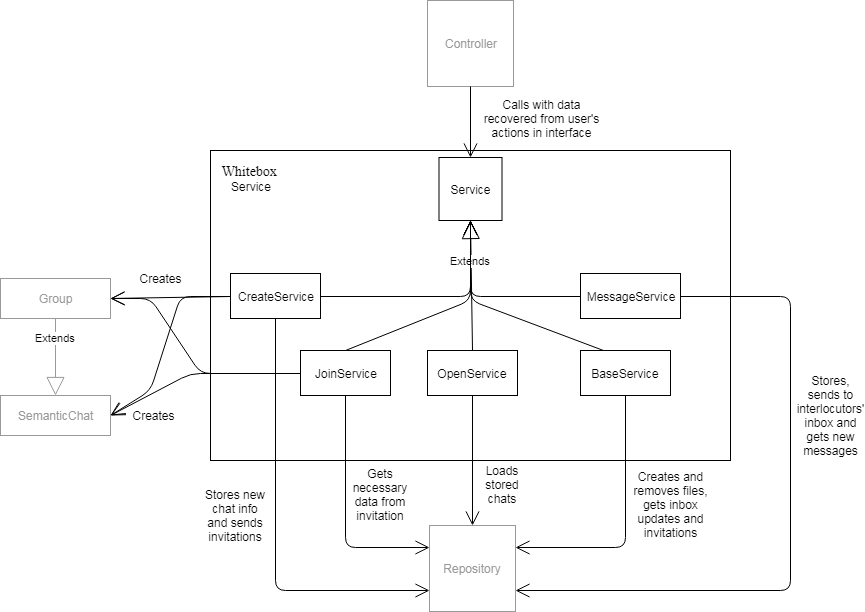
This is docs/images/BBLevel2Service.png from jorgealvarezfidalgo/dechat_es6a2, a draw.io export, as it was before one commit. Source tidied: cells renumbered, new cells last; positions are measured from the earlier drawing's top-left corner, leaving out a move shared by most shapes. The source it was exported from:
```xml
<mxGraphModel>
  <root>
    <mxCell id="0" />
    <mxCell id="1" parent="0" />
    <mxCell id="2" style="rounded=0;whiteSpace=wrap;html=1;" parent="1" vertex="1">
      <mxGeometry x="210" y="150" width="520" height="310" as="geometry" />
    </mxCell>
    <mxCell id="3" value="&lt;font color=&quot;#999999&quot;&gt;Controller&lt;/font&gt;" style="whiteSpace=wrap;html=1;strokeColor=#999999;" parent="1" vertex="1">
      <mxGeometry x="427" width="86" height="86" as="geometry" />
    </mxCell>
    <mxCell id="4" value="&lt;font style=&quot;font-size: 14px&quot; face=&quot;Times New Roman&quot;&gt;Whitebox&amp;nbsp;&lt;br&gt;&lt;/font&gt;Service&lt;br&gt;" style="text;html=1;strokeColor=none;fillColor=none;align=center;verticalAlign=middle;whiteSpace=wrap;rounded=0;" parent="1" vertex="1">
      <mxGeometry x="230" y="165" width="40" height="25" as="geometry" />
    </mxCell>
    <mxCell id="5" value="Service" style="whiteSpace=wrap;html=1;" parent="1" vertex="1">
      <mxGeometry x="438.5" y="157" width="63" height="63" as="geometry" />
    </mxCell>
    <mxCell id="6" value="&lt;font color=&quot;#999999&quot;&gt;SemanticChat&lt;/font&gt;" style="html=1;strokeColor=#999999;" parent="1" vertex="1">
      <mxGeometry y="395" width="110" height="40" as="geometry" />
    </mxCell>
    <mxCell id="7" value="&lt;font color=&quot;#999999&quot;&gt;Group&lt;/font&gt;" style="html=1;strokeColor=#999999;" parent="1" vertex="1">
      <mxGeometry y="278" width="110" height="40" as="geometry" />
    </mxCell>
    <mxCell id="8" style="endArrow=open;endFill=1;endSize=12;html=1;entryX=1;entryY=0.5;entryDx=0;entryDy=0;exitX=0;exitY=0.5;exitDx=0;exitDy=0;" parent="1" edge="1" source="18" target="7">
      <mxGeometry relative="1" as="geometry" />
    </mxCell>
    <mxCell id="9" style="endArrow=open;endFill=1;endSize=12;html=1;entryX=1;entryY=0.5;entryDx=0;entryDy=0;exitX=0;exitY=0.5;exitDx=0;exitDy=0;" parent="1" edge="1" source="19" target="6">
      <mxGeometry relative="1" as="geometry">
        <Array as="points">
          <mxPoint x="190" y="373" />
        </Array>
      </mxGeometry>
    </mxCell>
    <mxCell id="10" value="Extends" style="endArrow=block;endSize=16;endFill=0;html=1;entryX=0.5;entryY=0;entryDx=0;entryDy=0;exitX=0.5;exitY=1;exitDx=0;exitDy=0;strokeColor=#999999;" parent="1" edge="1" source="7" target="6">
      <mxGeometry x="-0.51" relative="1" as="geometry" />
    </mxCell>
    <mxCell id="11" style="endArrow=open;endFill=1;endSize=12;html=1;entryX=0.5;entryY=0;entryDx=0;entryDy=0;exitX=0.5;exitY=1;exitDx=0;exitDy=0;" parent="1" edge="1" source="3" target="5">
      <mxGeometry relative="1" as="geometry" />
    </mxCell>
    <mxCell id="12" style="endArrow=open;endFill=1;endSize=12;html=1;exitX=0.5;exitY=1;exitDx=0;exitDy=0;entryX=0.5;entryY=0;entryDx=0;entryDy=0;" parent="1" edge="1" source="23" target="17">
      <mxGeometry relative="1" as="geometry" />
    </mxCell>
    <mxCell id="13" value="Calls with data recovered from user's actions in interface" style="text;html=1;strokeColor=none;fillColor=none;align=center;verticalAlign=middle;whiteSpace=wrap;rounded=0;fontColor=#000000;" parent="1" vertex="1">
      <mxGeometry x="480" y="108" width="123" height="20" as="geometry" />
    </mxCell>
    <mxCell id="14" value="Creates" style="text;html=1;strokeColor=none;fillColor=none;align=center;verticalAlign=middle;whiteSpace=wrap;rounded=0;fontColor=#000000;" parent="1" vertex="1">
      <mxGeometry x="140" y="268" width="40" height="20" as="geometry" />
    </mxCell>
    <mxCell id="15" value="Loads stored chats" style="text;html=1;strokeColor=none;fillColor=none;align=center;verticalAlign=middle;whiteSpace=wrap;rounded=0;fontColor=#000000;" parent="1" vertex="1">
      <mxGeometry x="471.5" y="474" width="60" height="20" as="geometry" />
    </mxCell>
    <mxCell id="16" value="Creates and removes files, gets inbox updates and invitations" style="text;html=1;strokeColor=none;fillColor=none;align=center;verticalAlign=middle;whiteSpace=wrap;rounded=0;fontColor=#000000;" parent="1" vertex="1">
      <mxGeometry x="630.5" y="494" width="79" height="20" as="geometry" />
    </mxCell>
    <mxCell id="17" value="&lt;font color=&quot;#999999&quot;&gt;Repository&lt;/font&gt;" style="whiteSpace=wrap;html=1;strokeColor=#999999;" parent="1" vertex="1">
      <mxGeometry x="429" y="525" width="86" height="86" as="geometry" />
    </mxCell>
    <mxCell id="18" value="CreateService" style="rounded=0;whiteSpace=wrap;html=1;" parent="1" vertex="1">
      <mxGeometry x="230" y="273" width="90" height="45" as="geometry" />
    </mxCell>
    <mxCell id="19" value="JoinService" style="rounded=0;whiteSpace=wrap;html=1;" parent="1" vertex="1">
      <mxGeometry x="300" y="350" width="90" height="45" as="geometry" />
    </mxCell>
    <mxCell id="20" style="endArrow=open;endFill=1;endSize=12;html=1;exitX=0;exitY=0.5;exitDx=0;exitDy=0;entryX=1;entryY=0.5;entryDx=0;entryDy=0;" parent="1" edge="1" source="18" target="6">
      <mxGeometry relative="1" as="geometry">
        <Array as="points">
          <mxPoint x="180" y="296" />
          <mxPoint x="150" y="390" />
        </Array>
      </mxGeometry>
    </mxCell>
    <mxCell id="21" style="endArrow=open;endFill=1;endSize=12;html=1;exitX=0;exitY=0.5;exitDx=0;exitDy=0;entryX=1;entryY=0.5;entryDx=0;entryDy=0;" parent="1" edge="1" source="19" target="7">
      <mxGeometry relative="1" as="geometry">
        <Array as="points">
          <mxPoint x="200" y="373" />
          <mxPoint x="150" y="298" />
        </Array>
      </mxGeometry>
    </mxCell>
    <mxCell id="22" value="Creates" style="text;html=1;strokeColor=none;fillColor=none;align=center;verticalAlign=middle;whiteSpace=wrap;rounded=0;fontColor=#000000;" parent="1" vertex="1">
      <mxGeometry x="133" y="405" width="40" height="20" as="geometry" />
    </mxCell>
    <mxCell id="23" value="OpenService" style="rounded=0;whiteSpace=wrap;html=1;" parent="1" vertex="1">
      <mxGeometry x="427" y="350" width="90" height="45" as="geometry" />
    </mxCell>
    <mxCell id="24" value="MessageService" style="rounded=0;whiteSpace=wrap;html=1;" parent="1" vertex="1">
      <mxGeometry x="580" y="273" width="100" height="45" as="geometry" />
    </mxCell>
    <mxCell id="25" value="BaseService" style="rounded=0;whiteSpace=wrap;html=1;" parent="1" vertex="1">
      <mxGeometry x="580" y="350" width="90" height="45" as="geometry" />
    </mxCell>
    <mxCell id="26" value="Extends" style="endArrow=block;endSize=16;endFill=0;html=1;entryX=0.5;entryY=1;entryDx=0;entryDy=0;exitX=0.5;exitY=0;exitDx=0;exitDy=0;" parent="1" edge="1" source="23" target="5">
      <mxGeometry x="0.38" y="1" relative="1" as="geometry" />
    </mxCell>
    <mxCell id="27" style="endArrow=open;endFill=1;endSize=12;html=1;entryX=0.5;entryY=1;entryDx=0;entryDy=0;exitX=1;exitY=0.5;exitDx=0;exitDy=0;" parent="1" edge="1" source="18" target="5">
      <mxGeometry relative="1" as="geometry">
        <Array as="points">
          <mxPoint x="470" y="296" />
        </Array>
      </mxGeometry>
    </mxCell>
    <mxCell id="28" style="endArrow=open;endFill=1;endSize=12;html=1;entryX=0.5;entryY=1;entryDx=0;entryDy=0;exitX=0.5;exitY=0;exitDx=0;exitDy=0;" parent="1" edge="1" source="19" target="5">
      <mxGeometry relative="1" as="geometry">
        <Array as="points">
          <mxPoint x="470" y="300" />
        </Array>
      </mxGeometry>
    </mxCell>
    <mxCell id="29" style="endArrow=open;endFill=1;endSize=12;html=1;entryX=0.5;entryY=1;entryDx=0;entryDy=0;exitX=0.25;exitY=0;exitDx=0;exitDy=0;" parent="1" edge="1" source="25" target="5">
      <mxGeometry relative="1" as="geometry">
        <Array as="points">
          <mxPoint x="470" y="300" />
        </Array>
      </mxGeometry>
    </mxCell>
    <mxCell id="30" style="endArrow=open;endFill=1;endSize=12;html=1;entryX=0.5;entryY=1;entryDx=0;entryDy=0;exitX=0;exitY=0.5;exitDx=0;exitDy=0;" parent="1" edge="1" source="24" target="5">
      <mxGeometry relative="1" as="geometry">
        <Array as="points">
          <mxPoint x="470" y="296" />
        </Array>
      </mxGeometry>
    </mxCell>
    <mxCell id="31" style="endArrow=open;endFill=1;endSize=12;html=1;exitX=0.5;exitY=1;exitDx=0;exitDy=0;entryX=1;entryY=0.25;entryDx=0;entryDy=0;" parent="1" edge="1" source="25" target="17">
      <mxGeometry relative="1" as="geometry">
        <Array as="points">
          <mxPoint x="625" y="547" />
        </Array>
      </mxGeometry>
    </mxCell>
    <mxCell id="32" style="endArrow=open;endFill=1;endSize=12;html=1;exitX=1;exitY=0.5;exitDx=0;exitDy=0;entryX=1;entryY=0.75;entryDx=0;entryDy=0;" parent="1" edge="1" source="24" target="17">
      <mxGeometry relative="1" as="geometry">
        <Array as="points">
          <mxPoint x="790" y="296" />
          <mxPoint x="790" y="590" />
        </Array>
      </mxGeometry>
    </mxCell>
    <mxCell id="33" value="Stores, sends to interlocutors' inbox and gets new messages" style="text;html=1;strokeColor=none;fillColor=none;align=center;verticalAlign=middle;whiteSpace=wrap;rounded=0;fontColor=#000000;" parent="1" vertex="1">
      <mxGeometry x="800" y="405" width="60" height="20" as="geometry" />
    </mxCell>
    <mxCell id="34" style="endArrow=open;endFill=1;endSize=12;html=1;exitX=0.5;exitY=1;exitDx=0;exitDy=0;entryX=0;entryY=0.25;entryDx=0;entryDy=0;" parent="1" edge="1" source="19" target="17">
      <mxGeometry relative="1" as="geometry">
        <Array as="points">
          <mxPoint x="345" y="547" />
        </Array>
      </mxGeometry>
    </mxCell>
    <mxCell id="35" value="Gets necessary data from invitation" style="text;html=1;strokeColor=none;fillColor=none;align=center;verticalAlign=middle;whiteSpace=wrap;rounded=0;fontColor=#000000;" parent="1" vertex="1">
      <mxGeometry x="350" y="484" width="60" height="20" as="geometry" />
    </mxCell>
    <mxCell id="36" style="endArrow=open;endFill=1;endSize=12;html=1;exitX=0.5;exitY=1;exitDx=0;exitDy=0;entryX=0;entryY=0.75;entryDx=0;entryDy=0;" parent="1" edge="1" source="18" target="17">
      <mxGeometry relative="1" as="geometry">
        <Array as="points">
          <mxPoint x="275" y="590" />
        </Array>
      </mxGeometry>
    </mxCell>
    <mxCell id="37" value="Stores new chat info and sends invitations" style="text;html=1;strokeColor=none;fillColor=none;align=center;verticalAlign=middle;whiteSpace=wrap;rounded=0;fontColor=#000000;" parent="1" vertex="1">
      <mxGeometry x="200" y="505" width="70" height="20" as="geometry" />
    </mxCell>
  </root>
</mxGraphModel>
```
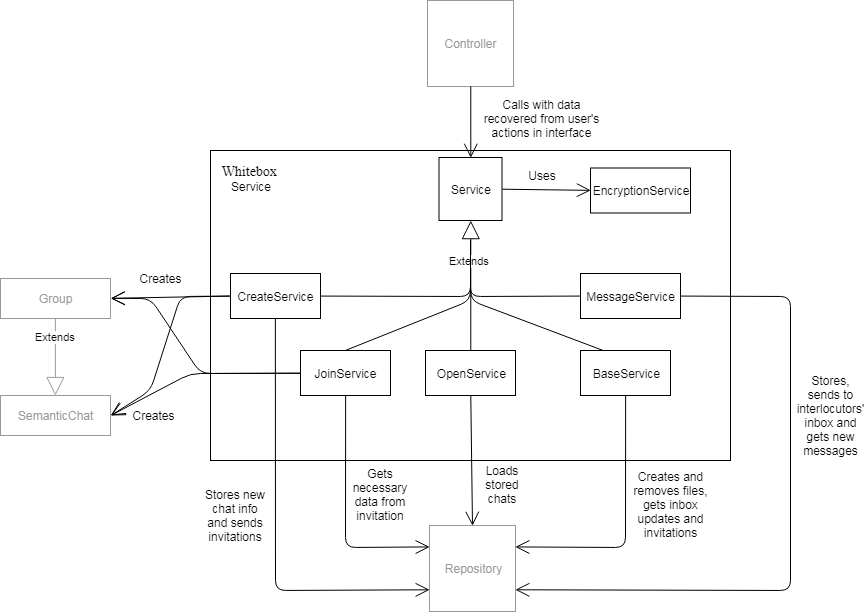
The same diagram one commit later.

What changed in the source:
```diff
@@ -80,7 +80,7 @@
       <mxGeometry x="133" y="405" width="40" height="20" as="geometry" />
     </mxCell>
     <mxCell id="23" value="OpenService" style="rounded=0;whiteSpace=wrap;html=1;" parent="1" vertex="1">
-      <mxGeometry x="427" y="350" width="90" height="45" as="geometry" />
+      <mxGeometry x="425" y="350" width="90" height="45" as="geometry" />
     </mxCell>
     <mxCell id="24" value="MessageService" style="rounded=0;whiteSpace=wrap;html=1;" parent="1" vertex="1">
       <mxGeometry x="580" y="273" width="100" height="45" as="geometry" />
@@ -91,29 +91,33 @@
     <mxCell id="26" value="Extends" style="endArrow=block;endSize=16;endFill=0;html=1;entryX=0.5;entryY=1;entryDx=0;entryDy=0;exitX=0.5;exitY=0;exitDx=0;exitDy=0;" parent="1" edge="1" source="23" target="5">
       <mxGeometry x="0.38" y="1" relative="1" as="geometry" />
     </mxCell>
-    <mxCell id="27" style="endArrow=open;endFill=1;endSize=12;html=1;entryX=0.5;entryY=1;entryDx=0;entryDy=0;exitX=1;exitY=0.5;exitDx=0;exitDy=0;" parent="1" edge="1" source="18" target="5">
+    <mxCell id="27" style="endArrow=none;endFill=0;endSize=12;html=1;exitX=1;exitY=0.5;exitDx=0;exitDy=0;" parent="1" edge="1" source="18">
       <mxGeometry relative="1" as="geometry">
+        <mxPoint x="470" y="240" as="targetPoint" />
         <Array as="points">
           <mxPoint x="470" y="296" />
         </Array>
       </mxGeometry>
     </mxCell>
-    <mxCell id="28" style="endArrow=open;endFill=1;endSize=12;html=1;entryX=0.5;entryY=1;entryDx=0;entryDy=0;exitX=0.5;exitY=0;exitDx=0;exitDy=0;" parent="1" edge="1" source="19" target="5">
+    <mxCell id="28" style="endArrow=none;endFill=0;endSize=12;html=1;exitX=0.5;exitY=0;exitDx=0;exitDy=0;" parent="1" edge="1" source="19">
       <mxGeometry relative="1" as="geometry">
+        <mxPoint x="470" y="240" as="targetPoint" />
         <Array as="points">
           <mxPoint x="470" y="300" />
         </Array>
       </mxGeometry>
     </mxCell>
-    <mxCell id="29" style="endArrow=open;endFill=1;endSize=12;html=1;entryX=0.5;entryY=1;entryDx=0;entryDy=0;exitX=0.25;exitY=0;exitDx=0;exitDy=0;" parent="1" edge="1" source="25" target="5">
+    <mxCell id="29" style="endArrow=none;endFill=0;endSize=12;html=1;exitX=0.25;exitY=0;exitDx=0;exitDy=0;" parent="1" edge="1" source="25">
       <mxGeometry relative="1" as="geometry">
+        <mxPoint x="470" y="240" as="targetPoint" />
         <Array as="points">
           <mxPoint x="470" y="300" />
         </Array>
       </mxGeometry>
     </mxCell>
-    <mxCell id="30" style="endArrow=open;endFill=1;endSize=12;html=1;entryX=0.5;entryY=1;entryDx=0;entryDy=0;exitX=0;exitY=0.5;exitDx=0;exitDy=0;" parent="1" edge="1" source="24" target="5">
+    <mxCell id="30" style="endArrow=none;endFill=0;endSize=12;html=1;exitX=0;exitY=0.5;exitDx=0;exitDy=0;strokeColor=#000000;" parent="1" edge="1" source="24">
       <mxGeometry relative="1" as="geometry">
+        <mxPoint x="470" y="280" as="targetPoint" />
         <Array as="points">
           <mxPoint x="470" y="296" />
         </Array>
@@ -157,5 +161,14 @@
     <mxCell id="37" value="Stores new chat info and sends invitations" style="text;html=1;strokeColor=none;fillColor=none;align=center;verticalAlign=middle;whiteSpace=wrap;rounded=0;fontColor=#000000;" parent="1" vertex="1">
       <mxGeometry x="200" y="505" width="70" height="20" as="geometry" />
     </mxCell>
+    <mxCell id="38" value="EncryptionService" style="rounded=0;whiteSpace=wrap;html=1;" parent="1" vertex="1">
+      <mxGeometry x="590" y="167.5" width="100" height="45" as="geometry" />
+    </mxCell>
+    <mxCell id="39" style="endArrow=open;endFill=1;endSize=12;html=1;entryX=0;entryY=0.5;entryDx=0;entryDy=0;exitX=1;exitY=0.5;exitDx=0;exitDy=0;" parent="1" edge="1" source="5" target="38">
+      <mxGeometry relative="1" as="geometry" />
+    </mxCell>
+    <mxCell id="40" value="Uses" style="text;html=1;strokeColor=none;fillColor=none;align=center;verticalAlign=middle;whiteSpace=wrap;rounded=0;" parent="1" vertex="1">
+      <mxGeometry x="521.5" y="165" width="40" height="20" as="geometry" />
+    </mxCell>
   </root>
 </mxGraphModel>
```
